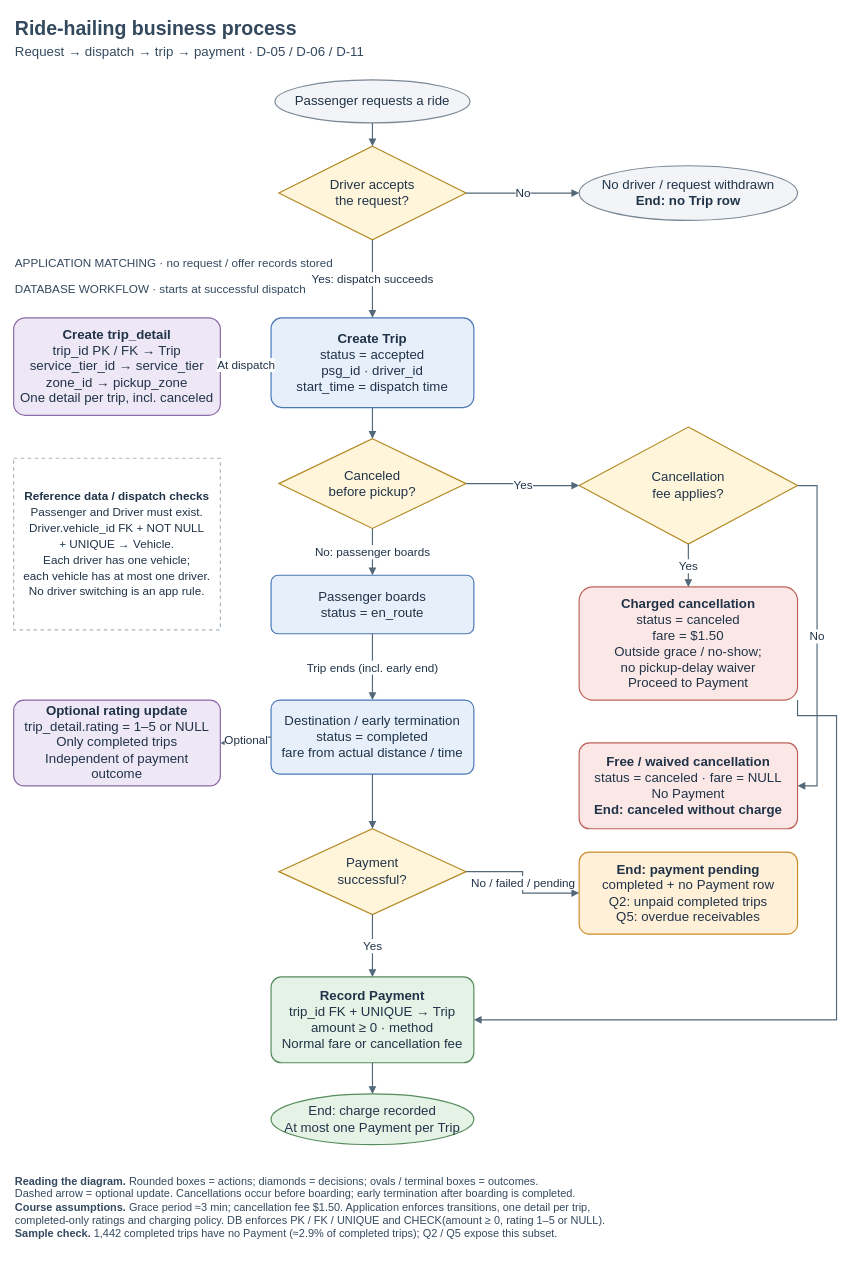
chenyanwu83-blip/DBM-Group-Project1 keeps this draw.io diagram as 04_figures/a1_business_flow_report.drawio. Above is the earlier version. Source tidied: cells renumbered, new cells numbered last; positions are measured from the earlier drawing's top-left corner, leaving out a move shared by most shapes. Both pictures are drawn from the tidied source at 78%, with x=0, y=0 at pixel (13, 13).
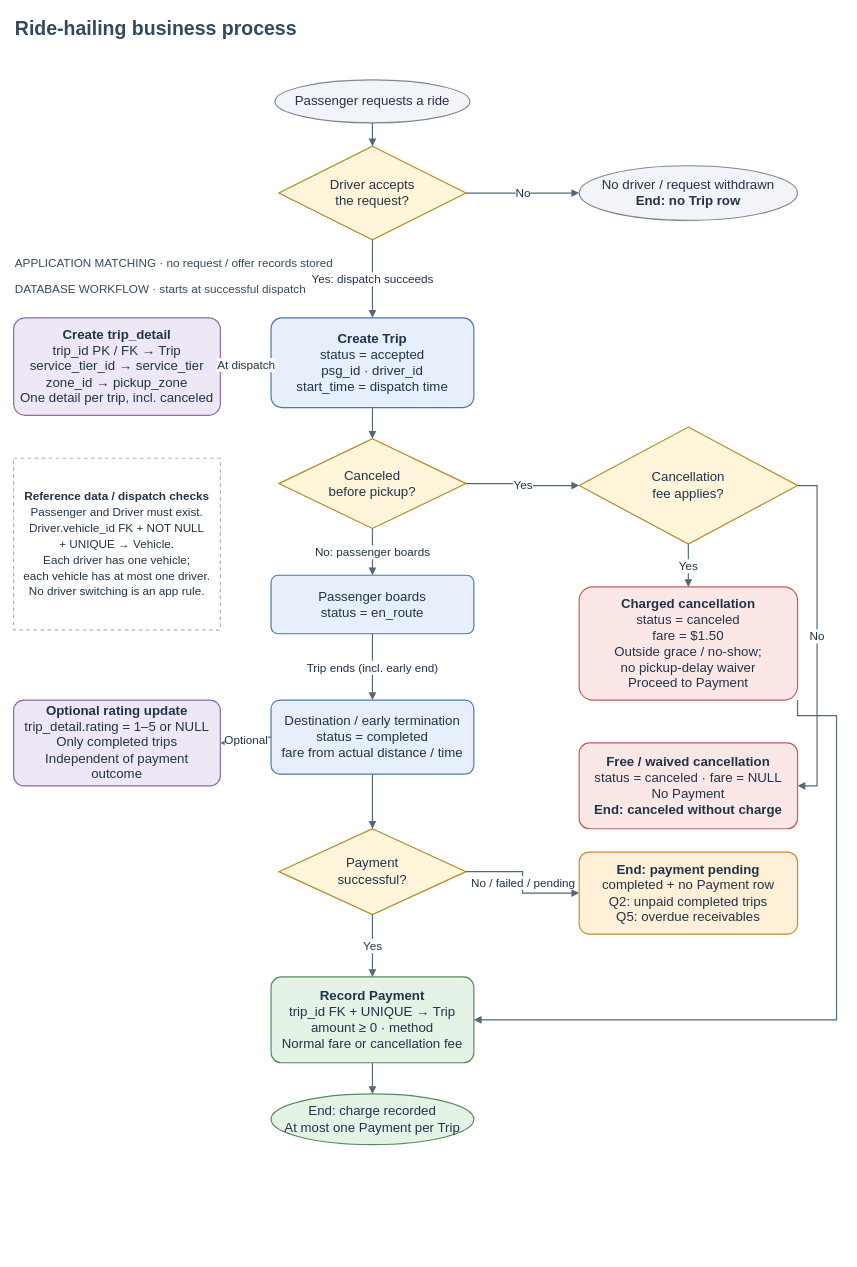
After the change.

Commit message (it also covers changes not shown here):
A: Simplify business flow diagram for report — CHEN Yinan

Change to the diagram source:
```diff
@@
-    <mxCell id="3" value="Request → dispatch → trip → payment · D-05 / D-06 / D-11" style="text;html=1;whiteSpace=wrap;align=left;verticalAlign=middle;fontFamily=Arial;fontSize=17;fontColor=#34495e;" parent="1" vertex="1">
-      <mxGeometry y="35" width="1040" height="30" as="geometry" />
-    </mxCell>
@@
-    <mxCell id="39" value="&lt;b&gt;Reading the diagram.&lt;/b&gt; Rounded boxes = actions; diamonds = decisions; ovals / terminal boxes = outcomes.&lt;br&gt;Dashed arrow = optional update. Cancellations occur before boarding; early termination after boarding is completed.&lt;br&gt;&lt;b&gt;Course assumptions.&lt;/b&gt; Grace period ≈3 min; cancellation fee $1.50. Application enforces transitions, one detail per trip,&lt;br&gt;completed-only ratings and charging policy. DB enforces PK / FK / UNIQUE and CHECK(amount ≥ 0, rating 1–5 or NULL).&lt;br&gt;&lt;b&gt;Sample check.&lt;/b&gt; 1,442 completed trips have no Payment (≈2.9% of completed trips); Q2 / Q5 expose this subset." style="text;html=1;whiteSpace=wrap;align=left;verticalAlign=middle;fontFamily=Arial;fontSize=14;fontColor=#34495e;" parent="1" vertex="1">
-      <mxGeometry y="1470" width="1040" height="120" as="geometry" />
-    </mxCell>
```
